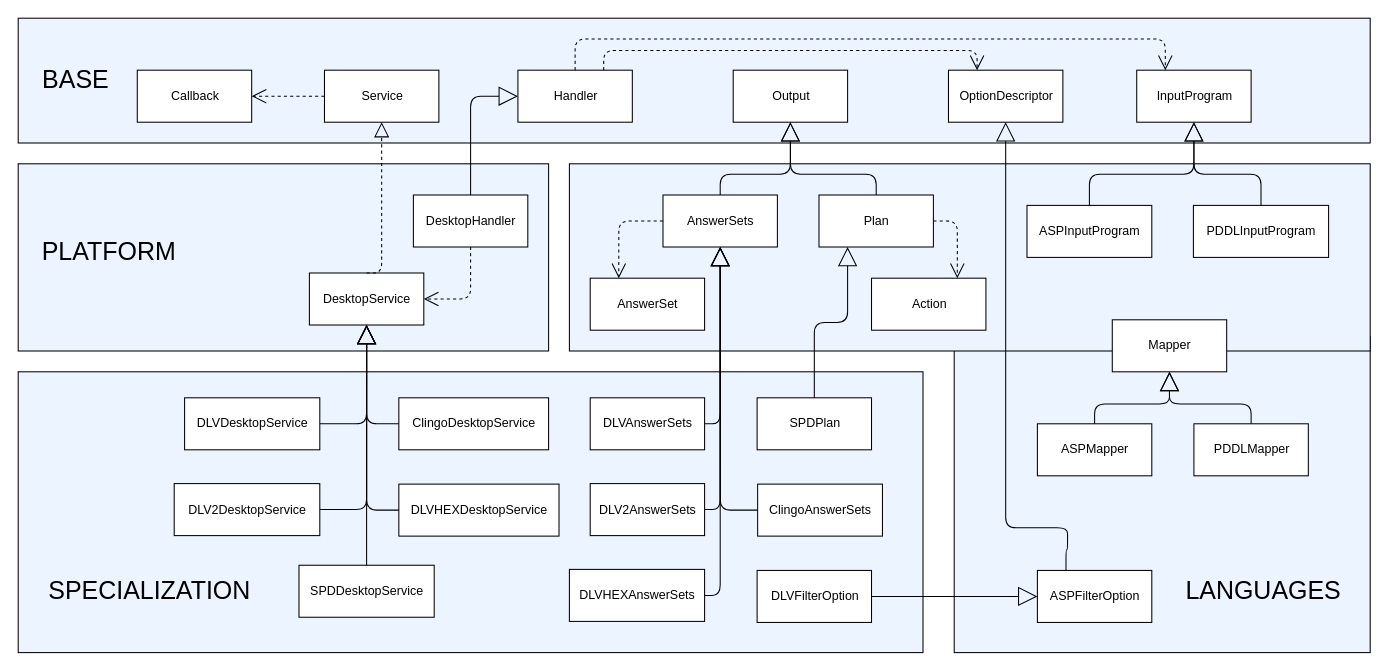
This is Documentazione/diagrammi_drawio/c#.drawio from MarcoBellizzi/Tirocinio, a draw.io file, before an edit. Source tidied: cells renumbered, new cells numbered last; positions are measured from the earlier drawing's top-left corner, leaving out a move shared by most shapes. Both pictures are drawn from the tidied source at 104%, with x=0, y=0 at pixel (18, 18).
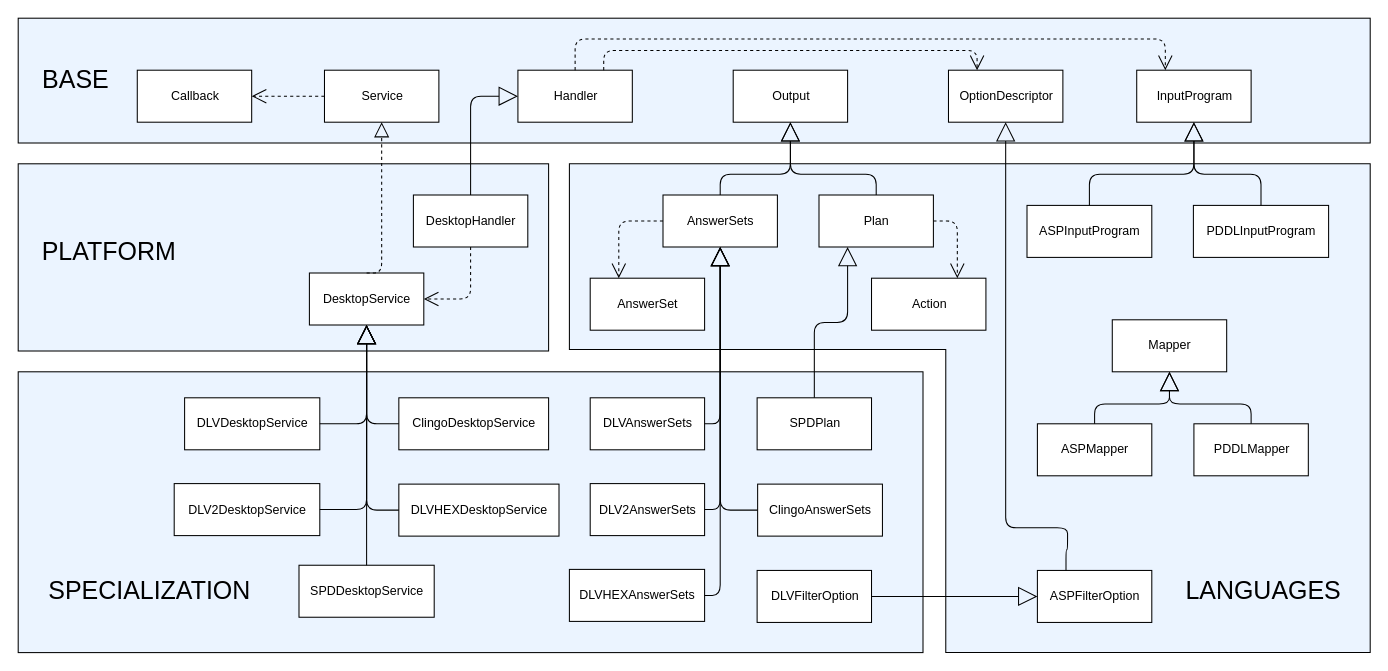
The same page after the edit.

Change to the diagram source:
```diff
@@
-    <mxCell id="2" style="whiteSpace=wrap;html=1;fillColor=#EBF4FF;" parent="1" vertex="1">
-      <mxGeometry x="900" y="306" width="400" height="304" as="geometry" />
-    </mxCell>
-    <mxCell id="3" style="whiteSpace=wrap;html=1;fillColor=#EBF4FF;" parent="1" vertex="1">
-      <mxGeometry x="530" y="140" width="770" height="180" as="geometry" />
-    </mxCell>
+    <mxCell id="66" style="verticalLabelPosition=bottom;verticalAlign=top;html=1;shape=mxgraph.basic.polygon;polyCoords=[[0.25,0],[0.75,0],[1,0],[1,1],[0.47,1],[0.47,0.38],[0,0.38],[0,0]];polyline=0;fillColor=#EBF4FF;" parent="1" vertex="1">
+      <mxGeometry x="530" y="140" width="770" height="470" as="geometry" />
+    </mxCell>
```
